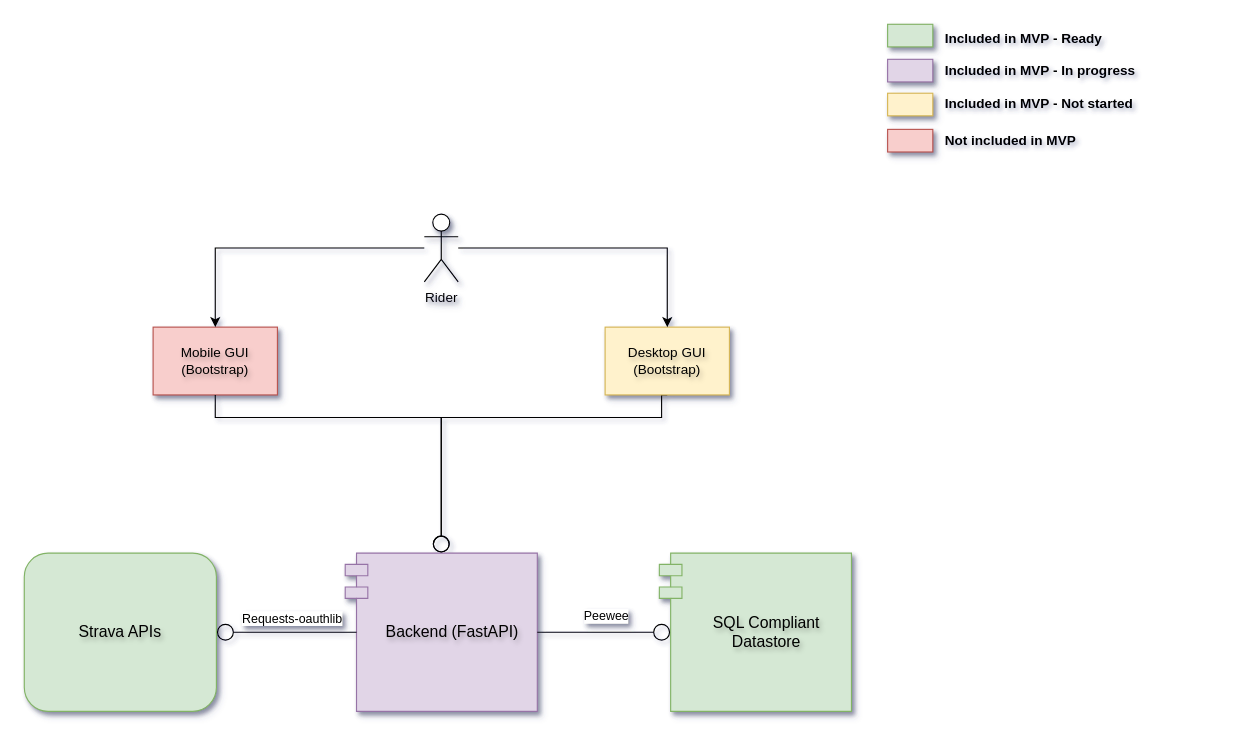
This is page "System overview" (1 of 7) of docs/all_diagrams.drawio from xivind/velo-supervisor-2000, a draw.io file, before an edit. Source tidied: cells renumbered, new cells numbered last; positions are measured from the earlier drawing's top-left corner, leaving out a move shared by most shapes. Both pictures are drawn from the tidied source at 113%, with x=0, y=0 at pixel (24, 21).
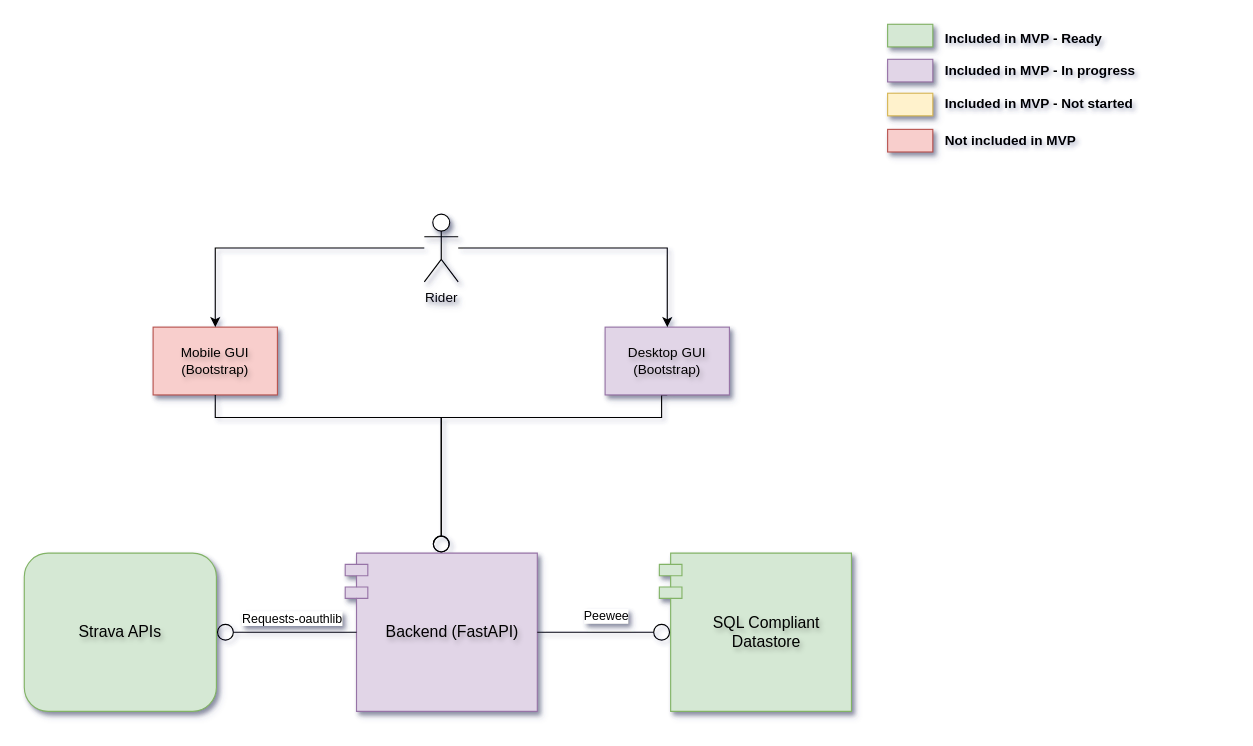
The same diagram, later.

The edit, as a diff of the source:
```diff
@@
-    <mxCell id="4" value="Desktop GUI (Bootstrap)" style="rounded=0;whiteSpace=wrap;html=1;verticalAlign=middle;textShadow=1;shadow=1;fillColor=#fff2cc;strokeColor=#d6b656;" parent="1" vertex="1">
+    <mxCell id="4" value="Desktop GUI (Bootstrap)" style="rounded=0;whiteSpace=wrap;html=1;verticalAlign=middle;textShadow=1;shadow=1;fillColor=#e1d5e7;strokeColor=#9673a6;" parent="1" vertex="1">
       <mxGeometry x="514" y="270" width="110" height="60" as="geometry" />
     </mxCell>
```
